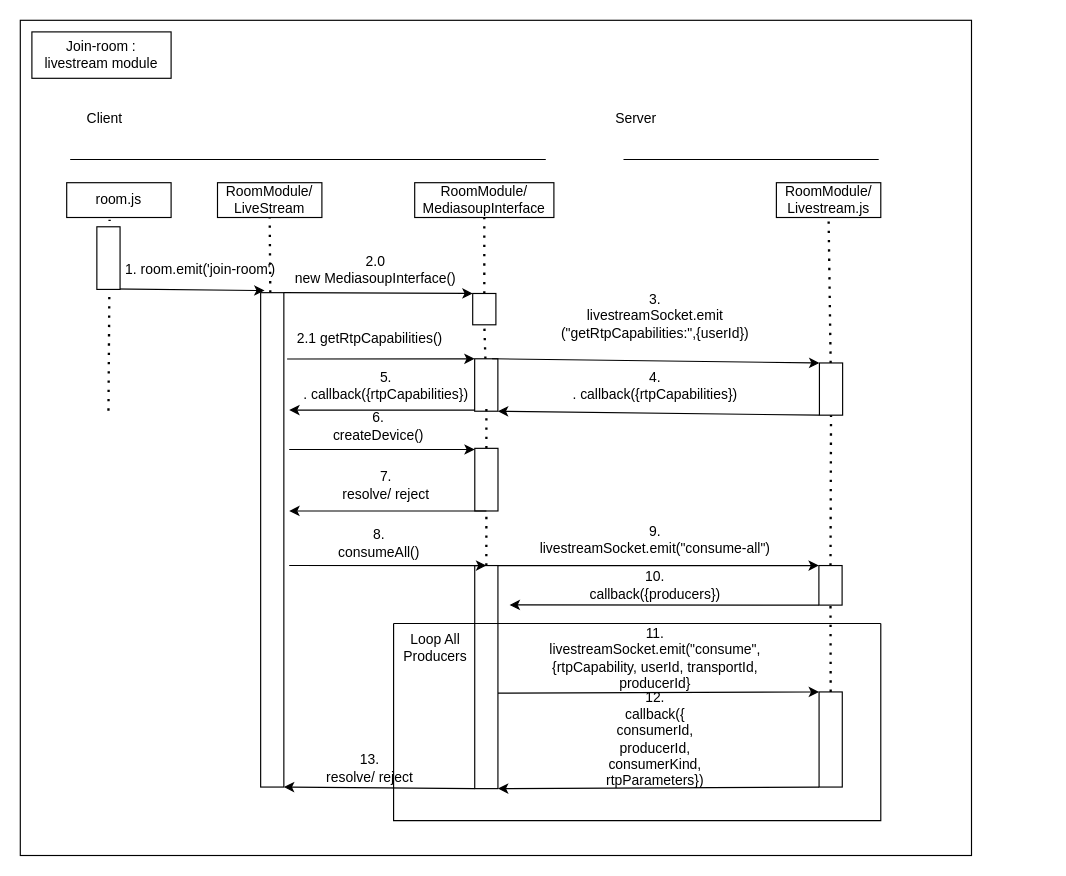
This is classroom-ultra-uml/sequence-diagram/Livestream-publish.drawio from doremi31618/Assets, a draw.io file, before an edit. Source tidied: cells renumbered, new cells numbered last; positions are measured from the earlier drawing's top-left corner, leaving out a move shared by most shapes. Both pictures are drawn from the tidied source at 116%, with x=0, y=0 at pixel (20, 20).
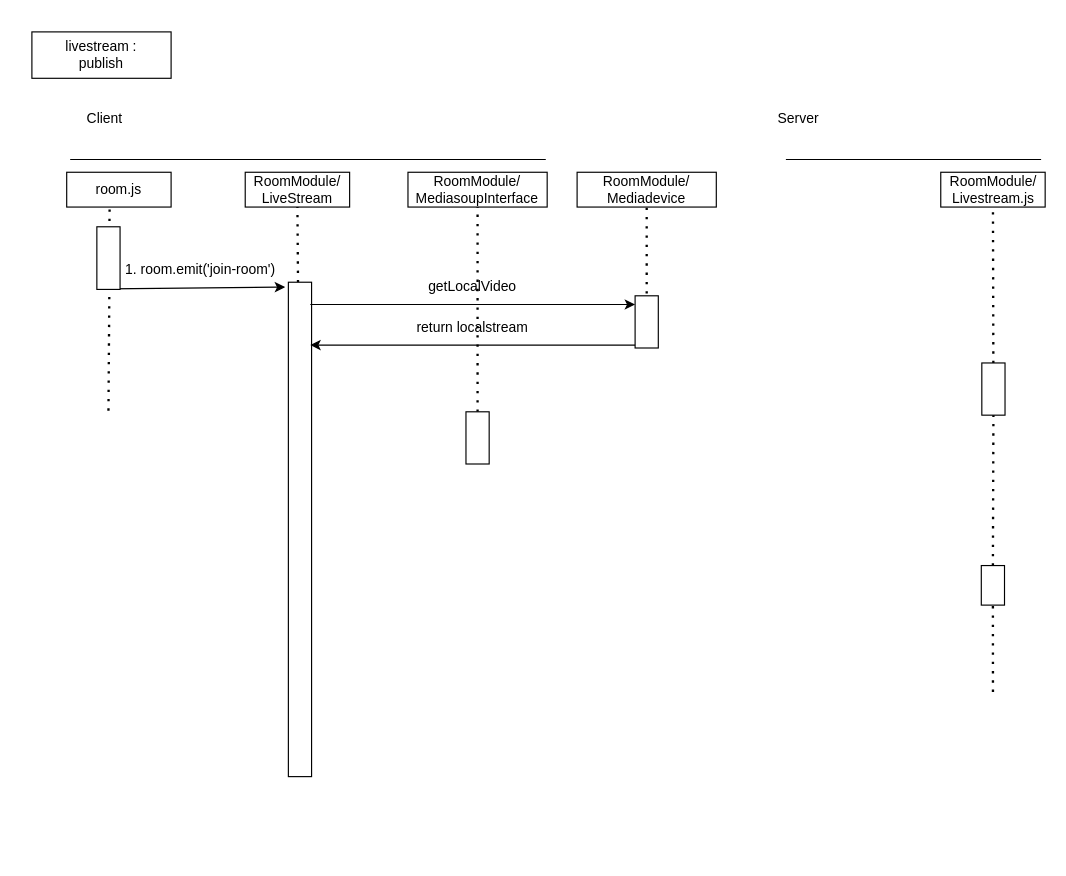
The same page after the edit.

The change refers to these unchanged cells:
```xml
<mxCell id="18" value="1. room.emit('join-room')" style="text;strokeColor=none;align=center;fillColor=none;html=1;verticalAlign=middle;whiteSpace=wrap;rounded=0;" parent="1" vertex="1">
  <mxGeometry x="81.8" y="200" width="146.5" height="30" as="geometry" />
</mxCell>
```

Change to the diagram source:
```diff
@@
-    <mxCell id="2" style="rounded=0;whiteSpace=wrap;html=1;" parent="1" vertex="1">
-      <mxGeometry width="820" height="720" as="geometry" />
-    </mxCell>
@@
     <mxCell id="5" value="room.js" style="rounded=0;whiteSpace=wrap;html=1;" parent="1" vertex="1">
-      <mxGeometry x="40" y="140" width="90" height="30" as="geometry" />
+      <mxGeometry x="40" y="131" width="90" height="30" as="geometry" />
     </mxCell>
     <mxCell id="6" value="RoomModule/&lt;br&gt;Livestream.js" style="rounded=0;whiteSpace=wrap;html=1;" parent="1" vertex="1">
-      <mxGeometry x="651.8" y="140" width="90" height="30" as="geometry" />
+      <mxGeometry x="793.5" y="131" width="90" height="30" as="geometry" />
     </mxCell>
@@
     <mxCell id="10" style="endArrow=none;html=1;rounded=0;" parent="1" edge="1">
       <mxGeometry relative="1" as="geometry">
-        <mxPoint x="520" y="120" as="sourcePoint" />
-        <mxPoint x="740" y="120" as="targetPoint" />
+        <mxPoint x="660" y="120" as="sourcePoint" />
+        <mxPoint x="880" y="120" as="targetPoint" />
       </mxGeometry>
     </mxCell>
@@
     <mxCell id="12" value="Server" style="text;strokeColor=none;align=center;fillColor=none;html=1;verticalAlign=middle;whiteSpace=wrap;rounded=0;" parent="1" vertex="1">
-      <mxGeometry x="500.5" y="70" width="60" height="30" as="geometry" />
+      <mxGeometry x="640.5" y="70" width="60" height="30" as="geometry" />
     </mxCell>
@@
-    <mxCell id="14" value="Join-room : livestream module" style="text;strokeColor=none;align=center;fillColor=none;html=1;verticalAlign=middle;whiteSpace=wrap;rounded=0;" parent="1" vertex="1">
+    <mxCell id="14" value="livestream :&lt;br&gt;publish" style="text;strokeColor=none;align=center;fillColor=none;html=1;verticalAlign=middle;whiteSpace=wrap;rounded=0;" parent="1" vertex="1">
       <mxGeometry x="20" y="15" width="100" height="30" as="geometry" />
     </mxCell>
     <mxCell id="15" value="RoomModule/&lt;br&gt;LiveStream" style="rounded=0;whiteSpace=wrap;html=1;" parent="1" vertex="1">
-      <mxGeometry x="170" y="140" width="90" height="30" as="geometry" />
+      <mxGeometry x="193.9" y="131" width="90" height="30" as="geometry" />
     </mxCell>
     <mxCell id="16" style="rounded=0;whiteSpace=wrap;html=1;rotation=90;" parent="1" vertex="1">
-      <mxGeometry x="4.1" y="437.9" width="426.2" height="20" as="geometry" />
+      <mxGeometry x="28" y="428.9" width="426.2" height="20" as="geometry" />
     </mxCell>
-    <mxCell id="17" style="endArrow=classic;html=1;rounded=0;entryX=0.879;entryY=1.1;entryDx=0;entryDy=0;entryPerimeter=0;" parent="1" edge="1" target="18">
+    <mxCell id="17" style="endArrow=classic;html=1;rounded=0;entryX=1;entryY=1;entryDx=0;entryDy=0;" parent="1" edge="1" target="18">
       <mxGeometry relative="1" as="geometry">
         <mxPoint x="76.5" y="231.5" as="sourcePoint" />
       </mxGeometry>
     </mxCell>
@@
-    <mxCell id="19" style="endArrow=classic;html=1;rounded=0;entryX=0;entryY=1;entryDx=0;entryDy=0;" parent="1" edge="1" target="25">
-      <mxGeometry relative="1" as="geometry">
-        <mxPoint x="230" y="292" as="sourcePoint" />
-      </mxGeometry>
-    </mxCell>
-    <mxCell id="20" value="2.1 getRtpCapabilities()" style="text;strokeColor=none;align=center;fillColor=none;html=1;verticalAlign=middle;whiteSpace=wrap;rounded=0;" parent="1" vertex="1">
-      <mxGeometry x="228.2" y="260" width="146.5" height="30" as="geometry" />
-    </mxCell>
-    <mxCell id="21" style="endArrow=classic;html=1;rounded=0;entryX=1;entryY=0;entryDx=0;entryDy=0;exitX=1;exitY=1;exitDx=0;exitDy=0;" parent="1" edge="1" source="27" target="25">
-      <mxGeometry relative="1" as="geometry" />
-    </mxCell>
-    <mxCell id="22" value="4.&lt;br&gt;. callback({rtpCapabilities})" style="text;strokeColor=none;align=center;fillColor=none;html=1;verticalAlign=middle;whiteSpace=wrap;rounded=0;" parent="1" vertex="1">
-      <mxGeometry x="473.8" y="300" width="146.5" height="30" as="geometry" />
-    </mxCell>
-    <mxCell id="23" value="RoomModule/&lt;br&gt;MediasoupInterface" style="rounded=0;whiteSpace=wrap;html=1;" parent="1" vertex="1">
-      <mxGeometry x="340" y="140" width="120" height="30" as="geometry" />
+    <mxCell id="23" value="RoomModule/&lt;br&gt;Mediadevice" style="rounded=0;whiteSpace=wrap;html=1;" parent="1" vertex="1">
+      <mxGeometry x="480" y="131" width="120" height="30" as="geometry" />
     </mxCell>
-    <mxCell id="24" style="endArrow=none;dashed=1;html=1;dashPattern=1 3;strokeWidth=2;rounded=0;entryX=0.5;entryY=1;entryDx=0;entryDy=0;startArrow=none;" parent="1" edge="1" source="59" target="23">
-      <mxGeometry relative="1" as="geometry" />
+    <mxCell id="24" style="endArrow=none;dashed=1;html=1;dashPattern=1 3;strokeWidth=2;rounded=0;entryX=0.5;entryY=1;entryDx=0;entryDy=0;startArrow=none;" parent="1" edge="1" target="23">
+      <mxGeometry relative="1" as="geometry">
+        <mxPoint x="540" y="235.5" as="sourcePoint" />
+      </mxGeometry>
     </mxCell>
-    <mxCell id="25" style="rounded=0;whiteSpace=wrap;html=1;rotation=90;" parent="1" vertex="1">
-      <mxGeometry x="379.1" y="304.4" width="45.2" height="20" as="geometry" />
-    </mxCell>
-    <mxCell id="26" style="endArrow=none;dashed=1;html=1;dashPattern=1 3;strokeWidth=2;rounded=0;startArrow=none;" parent="1" edge="1" source="33">
-      <mxGeometry relative="1" as="geometry">
-        <mxPoint x="401.8" y="330" as="targetPoint" />
-      </mxGeometry>
-    </mxCell>
     <mxCell id="27" style="rounded=0;whiteSpace=wrap;html=1;rotation=90;spacing=4;" parent="1" vertex="1">
-      <mxGeometry x="676.4" y="307.9" width="45" height="20" as="geometry" />
+      <mxGeometry x="816.4" y="307.9" width="45" height="20" as="geometry" />
     </mxCell>
@@
-    <mxCell id="29" style="endArrow=classic;html=1;rounded=0;exitX=0;exitY=0.25;exitDx=0;exitDy=0;entryX=0;entryY=1;entryDx=0;entryDy=0;" parent="1" edge="1" source="25" target="27">
-      <mxGeometry relative="1" as="geometry" />
-    </mxCell>
-    <mxCell id="30" value="3.&lt;br&gt;livestreamSocket.emit&lt;br&gt;(&quot;getRtpCapabilities:&quot;,{userId})" style="text;strokeColor=none;align=center;fillColor=none;html=1;verticalAlign=middle;whiteSpace=wrap;rounded=0;" parent="1" vertex="1">
-      <mxGeometry x="440.5" y="240" width="213" height="30" as="geometry" />
-    </mxCell>
-    <mxCell id="31" style="endArrow=classic;html=1;rounded=0;" parent="1" edge="1">
-      <mxGeometry relative="1" as="geometry">
-        <mxPoint x="391.8" y="336" as="sourcePoint" />
-        <mxPoint x="231.8" y="336" as="targetPoint" />
-      </mxGeometry>
-    </mxCell>
-    <mxCell id="32" value="5.&lt;br&gt;. callback({rtpCapabilities})" style="text;strokeColor=none;align=center;fillColor=none;html=1;verticalAlign=middle;whiteSpace=wrap;rounded=0;" parent="1" vertex="1">
-      <mxGeometry x="241.8" y="300" width="146.5" height="30" as="geometry" />
-    </mxCell>
-    <mxCell id="33" style="rounded=0;whiteSpace=wrap;html=1;rotation=90;" parent="1" vertex="1">
-      <mxGeometry x="374.8" y="386" width="54" height="20" as="geometry" />
-    </mxCell>
-    <mxCell id="34" style="endArrow=classic;html=1;rounded=0;startArrow=none;" parent="1" edge="1">
-      <mxGeometry relative="1" as="geometry">
-        <mxPoint x="231.8" y="370" as="sourcePoint" />
-        <mxPoint x="391.8" y="370" as="targetPoint" />
-      </mxGeometry>
-    </mxCell>
-    <mxCell id="35" style="endArrow=classic;html=1;rounded=0;exitX=1;exitY=0.5;exitDx=0;exitDy=0;" parent="1" edge="1" source="33">
-      <mxGeometry relative="1" as="geometry">
-        <mxPoint x="231.8" y="423" as="targetPoint" />
-      </mxGeometry>
-    </mxCell>
-    <mxCell id="36" value="7.&lt;br&gt;resolve/ reject" style="text;strokeColor=none;align=center;fillColor=none;html=1;verticalAlign=middle;whiteSpace=wrap;rounded=0;rotation=0;" parent="1" vertex="1">
-      <mxGeometry x="241.8" y="386" width="146.5" height="30" as="geometry" />
-    </mxCell>
-    <mxCell id="37" style="rounded=0;whiteSpace=wrap;html=1;rotation=90;" parent="1" vertex="1">
-      <mxGeometry x="305.6" y="556.2" width="192.3" height="20" as="geometry" />
-    </mxCell>
-    <mxCell id="38" style="endArrow=classic;html=1;rounded=0;entryX=0;entryY=0.5;entryDx=0;entryDy=0;" parent="1" edge="1" target="37">
-      <mxGeometry relative="1" as="geometry">
-        <mxPoint x="231.8" y="470" as="sourcePoint" />
-      </mxGeometry>
-    </mxCell>
-    <mxCell id="39" value="8.&lt;br&gt;consumeAll()" style="text;strokeColor=none;align=center;fillColor=none;html=1;verticalAlign=middle;whiteSpace=wrap;rounded=0;" parent="1" vertex="1">
-      <mxGeometry x="236" y="436" width="146.5" height="30" as="geometry" />
-    </mxCell>
     <mxCell id="40" style="rounded=0;whiteSpace=wrap;html=1;rotation=90;" parent="1" vertex="1">
-      <mxGeometry x="681.4" y="477.1" width="34.1" height="20" as="geometry" />
+      <mxGeometry x="821.4" y="477.1" width="34.1" height="20" as="geometry" />
     </mxCell>
-    <mxCell id="41" style="endArrow=classic;html=1;rounded=0;exitX=0;exitY=0;exitDx=0;exitDy=0;entryX=0;entryY=1;entryDx=0;entryDy=0;" parent="1" edge="1" source="37" target="40">
-      <mxGeometry relative="1" as="geometry" />
-    </mxCell>
-    <mxCell id="42" value="6.&lt;br&gt;createDevice()" style="text;strokeColor=none;align=center;fillColor=none;html=1;verticalAlign=middle;whiteSpace=wrap;rounded=0;" parent="1" vertex="1">
-      <mxGeometry x="236" y="340" width="145.8" height="20" as="geometry" />
-    </mxCell>
-    <mxCell id="43" value="9.&lt;br&gt;livestreamSocket.emit(&quot;consume-all&quot;)" style="text;strokeColor=none;align=center;fillColor=none;html=1;verticalAlign=middle;whiteSpace=wrap;rounded=0;" parent="1" vertex="1">
-      <mxGeometry x="430.6" y="430" width="232.8" height="36" as="geometry" />
-    </mxCell>
-    <mxCell id="44" style="endArrow=classic;html=1;rounded=0;exitX=1;exitY=1;exitDx=0;exitDy=0;" parent="1" edge="1" source="40">
-      <mxGeometry relative="1" as="geometry">
-        <mxPoint x="421.8" y="504" as="targetPoint" />
-      </mxGeometry>
-    </mxCell>
-    <mxCell id="45" value="10.&lt;br&gt;callback({producers})" style="text;strokeColor=none;align=center;fillColor=none;html=1;verticalAlign=middle;whiteSpace=wrap;rounded=0;" parent="1" vertex="1">
-      <mxGeometry x="430.6" y="469.1" width="232.8" height="36" as="geometry" />
-    </mxCell>
-    <mxCell id="46" style="endArrow=classic;html=1;rounded=0;entryX=0;entryY=1;entryDx=0;entryDy=0;" parent="1" edge="1" target="49">
-      <mxGeometry relative="1" as="geometry">
-        <mxPoint x="411.8" y="580" as="sourcePoint" />
-      </mxGeometry>
-    </mxCell>
-    <mxCell id="47" style="swimlane;startSize=0;" parent="1" vertex="1">
-      <mxGeometry x="321.8" y="520" width="420" height="170" as="geometry" />
-    </mxCell>
-    <mxCell id="48" value="Loop All Producers" style="text;strokeColor=none;align=center;fillColor=none;html=1;verticalAlign=middle;whiteSpace=wrap;rounded=0;" parent="47" vertex="1">
-      <mxGeometry x="6.5" y="6" width="60" height="30" as="geometry" />
-    </mxCell>
-    <mxCell id="49" style="rounded=0;whiteSpace=wrap;html=1;rotation=90;" parent="47" vertex="1">
-      <mxGeometry x="335.8" y="90" width="82" height="20" as="geometry" />
-    </mxCell>
-    <mxCell id="50" value="12.&lt;br&gt;callback({&lt;br&gt;consumerId,&lt;br&gt;producerId,&lt;br&gt;consumerKind,&lt;br&gt;rtpParameters})" style="text;strokeColor=none;align=center;fillColor=none;html=1;verticalAlign=middle;whiteSpace=wrap;rounded=0;" parent="47" vertex="1">
-      <mxGeometry x="108.9" y="82" width="232.8" height="36" as="geometry" />
-    </mxCell>
-    <mxCell id="51" value="11.&lt;br&gt;livestreamSocket.emit(&quot;consume&quot;, {rtpCapability, userId, transportId, producerId}" style="text;strokeColor=none;align=center;fillColor=none;html=1;verticalAlign=middle;whiteSpace=wrap;rounded=0;" parent="1" vertex="1">
-      <mxGeometry x="430.6" y="532" width="232.8" height="36" as="geometry" />
-    </mxCell>
-    <mxCell id="52" style="endArrow=classic;html=1;rounded=0;exitX=1;exitY=1;exitDx=0;exitDy=0;entryX=1;entryY=0;entryDx=0;entryDy=0;" parent="1" edge="1" source="49" target="37">
-      <mxGeometry relative="1" as="geometry" />
-    </mxCell>
-    <mxCell id="53" style="endArrow=classic;html=1;rounded=0;exitX=1;exitY=1;exitDx=0;exitDy=0;entryX=1;entryY=0;entryDx=0;entryDy=0;" parent="1" edge="1" source="37" target="16">
-      <mxGeometry relative="1" as="geometry" />
-    </mxCell>
-    <mxCell id="54" value="13.&lt;br&gt;resolve/ reject" style="text;strokeColor=none;align=center;fillColor=none;html=1;verticalAlign=middle;whiteSpace=wrap;rounded=0;rotation=0;" parent="1" vertex="1">
-      <mxGeometry x="228.2" y="630" width="146.5" height="30" as="geometry" />
-    </mxCell>
-    <mxCell id="55" style="endArrow=none;dashed=1;html=1;dashPattern=1 3;strokeWidth=2;rounded=0;entryX=1;entryY=0.5;entryDx=0;entryDy=0;exitX=0;exitY=0.5;exitDx=0;exitDy=0;" parent="1" edge="1" source="37" target="33">
-      <mxGeometry relative="1" as="geometry" />
-    </mxCell>
@@
-    <mxCell id="57" style="endArrow=none;dashed=1;html=1;dashPattern=1 3;strokeWidth=2;rounded=0;entryX=1;entryY=0.5;entryDx=0;entryDy=0;exitX=0;exitY=0.5;exitDx=0;exitDy=0;" parent="1" edge="1" source="49" target="40">
-      <mxGeometry relative="1" as="geometry" />
+    <mxCell id="57" style="endArrow=none;dashed=1;html=1;dashPattern=1 3;strokeWidth=2;rounded=0;entryX=1;entryY=0.5;entryDx=0;entryDy=0;exitX=0;exitY=0.5;exitDx=0;exitDy=0;" parent="1" edge="1" target="40">
+      <mxGeometry relative="1" as="geometry">
+        <mxPoint x="838.5" y="579" as="sourcePoint" />
+      </mxGeometry>
     </mxCell>
-    <mxCell id="58" style="endArrow=none;dashed=1;html=1;dashPattern=1 3;strokeWidth=2;rounded=0;entryX=1;entryY=0.5;entryDx=0;entryDy=0;startArrow=none;" parent="1" edge="1" source="25" target="59">
-      <mxGeometry relative="1" as="geometry" />
-    </mxCell>
-    <mxCell id="59" style="rounded=0;whiteSpace=wrap;html=1;rotation=90;" parent="1" vertex="1">
-      <mxGeometry x="386.5" y="239" width="27" height="20" as="geometry" />
-    </mxCell>
-    <mxCell id="60" style="endArrow=classic;html=1;rounded=0;exitX=0;exitY=0;exitDx=0;exitDy=0;entryX=0;entryY=1;entryDx=0;entryDy=0;" parent="1" edge="1" source="16" target="59">
-      <mxGeometry relative="1" as="geometry" />
-    </mxCell>
-    <mxCell id="61" value="2.0&lt;br&gt;new MediasoupInterface()" style="text;strokeColor=none;align=center;fillColor=none;html=1;verticalAlign=middle;whiteSpace=wrap;rounded=0;" parent="1" vertex="1">
-      <mxGeometry x="232.6" y="200" width="146.5" height="30" as="geometry" />
-    </mxCell>
+    <mxCell id="62" style="rounded=0;whiteSpace=wrap;html=1;rotation=90;spacing=4;" parent="1" vertex="1">
+      <mxGeometry x="517.5" y="250" width="45" height="20" as="geometry" />
+    </mxCell>
+    <mxCell id="63" value="RoomModule/&lt;br&gt;MediasoupInterface" style="rounded=0;whiteSpace=wrap;html=1;" parent="1" vertex="1">
+      <mxGeometry x="334.2" y="131" width="120" height="30" as="geometry" />
+    </mxCell>
+    <mxCell id="64" style="endArrow=none;dashed=1;html=1;dashPattern=1 3;strokeWidth=2;rounded=0;entryX=0.5;entryY=1;entryDx=0;entryDy=0;startArrow=none;exitX=0;exitY=0.5;exitDx=0;exitDy=0;" parent="1" edge="1" source="65" target="63">
+      <mxGeometry relative="1" as="geometry" />
+    </mxCell>
+    <mxCell id="65" style="rounded=0;whiteSpace=wrap;html=1;rotation=90;spacing=4;" parent="1" vertex="1">
+      <mxGeometry x="371.7" y="350" width="45" height="20" as="geometry" />
+    </mxCell>
+    <mxCell id="66" style="endArrow=classic;html=1;rounded=0;exitX=0;exitY=1;exitDx=0;exitDy=0;entryX=1;entryY=1;entryDx=0;entryDy=0;" parent="1" edge="1" source="67" target="67">
+      <mxGeometry relative="1" as="geometry" />
+    </mxCell>
+    <mxCell id="67" value="getLocalVideo" style="text;strokeColor=none;align=center;fillColor=none;html=1;verticalAlign=middle;whiteSpace=wrap;rounded=0;" parent="1" vertex="1">
+      <mxGeometry x="250" y="215" width="280" height="30" as="geometry" />
+    </mxCell>
+    <mxCell id="68" value="return localstream" style="text;strokeColor=none;align=center;fillColor=none;html=1;verticalAlign=middle;whiteSpace=wrap;rounded=0;" parent="1" vertex="1">
+      <mxGeometry x="250" y="250" width="280" height="30" as="geometry" />
+    </mxCell>
+    <mxCell id="69" style="endArrow=classic;html=1;rounded=0;exitX=1;exitY=1;exitDx=0;exitDy=0;entryX=0;entryY=1;entryDx=0;entryDy=0;" parent="1" edge="1" source="68" target="68">
+      <mxGeometry relative="1" as="geometry" />
+    </mxCell>
```
